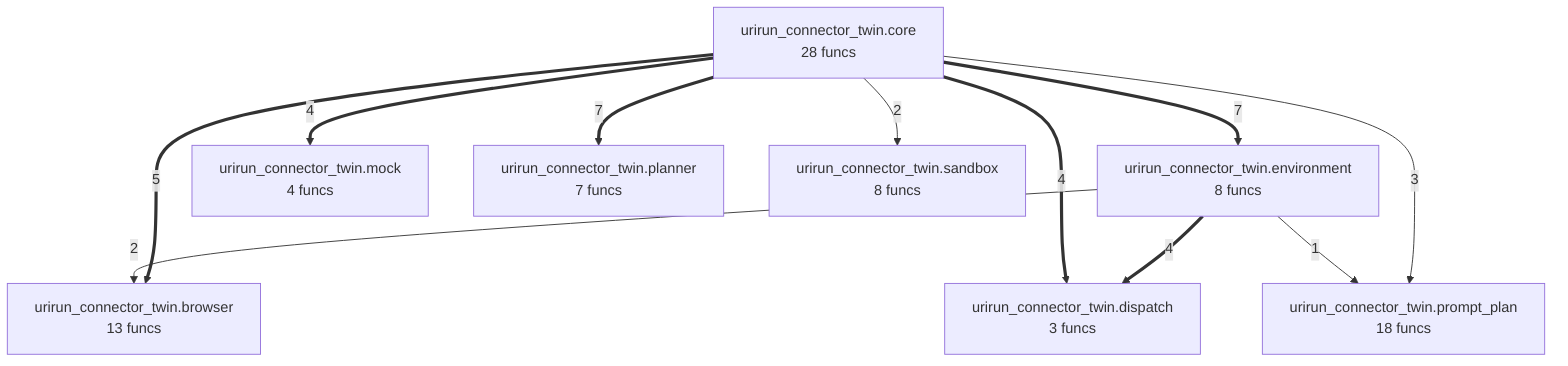
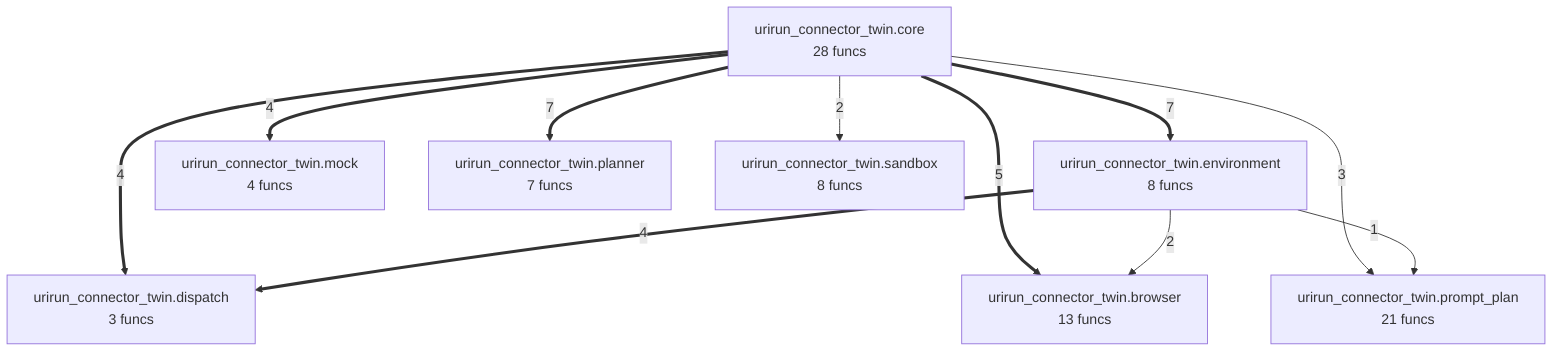
flowchart TD
%% generated in 0.00s
    urirun_connector_twin__browser["urirun_connector_twin.browser<br/>13 funcs"]
    urirun_connector_twin__core["urirun_connector_twin.core<br/>28 funcs"]
    urirun_connector_twin__dispatch["urirun_connector_twin.dispatch<br/>3 funcs"]
    urirun_connector_twin__environment["urirun_connector_twin.environment<br/>8 funcs"]
    urirun_connector_twin__mock["urirun_connector_twin.mock<br/>4 funcs"]
    urirun_connector_twin__planner["urirun_connector_twin.planner<br/>7 funcs"]
-     urirun_connector_twin__prompt_plan["urirun_connector_twin.prompt_plan<br/>18 funcs"]
+     urirun_connector_twin__prompt_plan["urirun_connector_twin.prompt_plan<br/>21 funcs"]
    urirun_connector_twin__sandbox["urirun_connector_twin.sandbox<br/>8 funcs"]
    urirun_connector_twin__core ==>|7| urirun_connector_twin__environment
    urirun_connector_twin__core ==>|7| urirun_connector_twin__planner
    urirun_connector_twin__core ==>|5| urirun_connector_twin__browser
-     urirun_connector_twin__environment ==>|4| urirun_connector_twin__dispatch
    urirun_connector_twin__core ==>|4| urirun_connector_twin__mock
    urirun_connector_twin__core ==>|4| urirun_connector_twin__dispatch
+     urirun_connector_twin__environment ==>|4| urirun_connector_twin__dispatch
    urirun_connector_twin__core -->|3| urirun_connector_twin__prompt_plan
+     urirun_connector_twin__core -->|2| urirun_connector_twin__sandbox
    urirun_connector_twin__environment -->|2| urirun_connector_twin__browser
-     urirun_connector_twin__core -->|2| urirun_connector_twin__sandbox
    urirun_connector_twin__environment -->|1| urirun_connector_twin__prompt_plan
